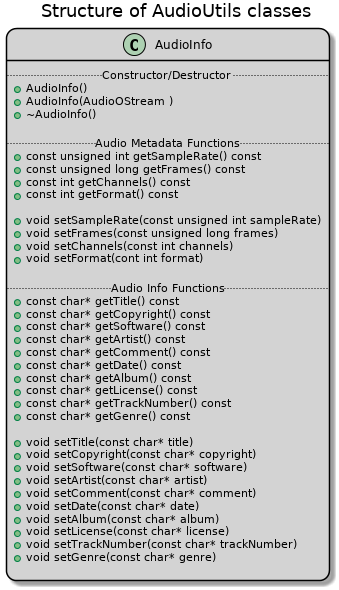
Earlier version of the PlantUML export docs/AudioUtils.png (aurora-fw-archive/module_audio).
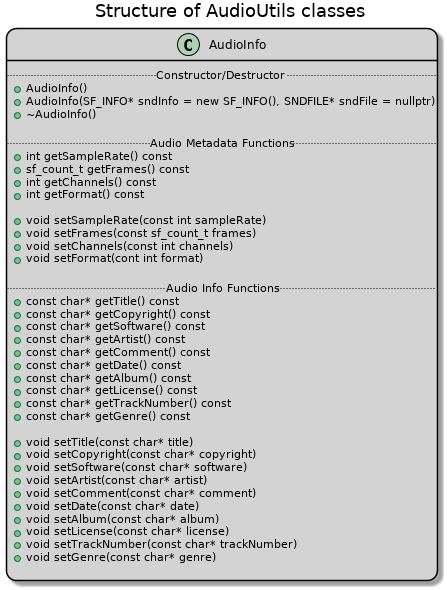
The same file after the commit.

The edit, as a diff of the source:
```diff
@@ -12,17 +12,17 @@
 class AudioInfo {
 	.. Constructor/Destructor ..
 	+ AudioInfo()
-	+ AudioInfo(AudioOStream )
+	+ AudioInfo(SF_INFO* sndInfo = new SF_INFO(), SNDFILE* sndFile = nullptr)
 	+ ~AudioInfo()
 
 	.. Audio Metadata Functions ..
-	+ const unsigned int getSampleRate() const
-	+ const unsigned long getFrames() const
-	+ const int getChannels() const
-	+ const int getFormat() const
+	+ int getSampleRate() const
+	+ sf_count_t getFrames() const
+	+ int getChannels() const
+	+ int getFormat() const
 
-	+ void setSampleRate(const unsigned int sampleRate)
-	+ void setFrames(const unsigned long frames)
+	+ void setSampleRate(const int sampleRate)
+	+ void setFrames(const sf_count_t frames)
 	+ void setChannels(const int channels)
 	+ void setFormat(cont int format)
 
```
